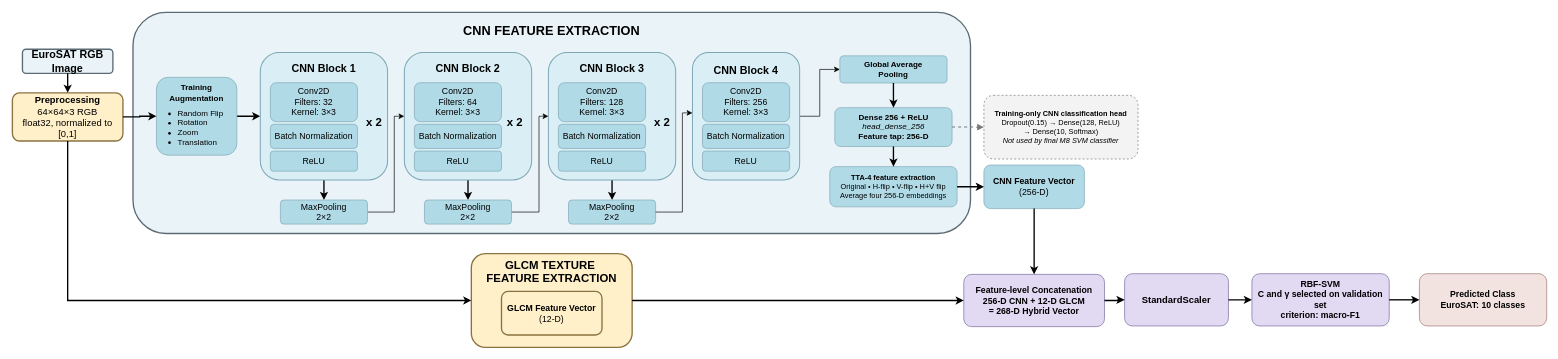
The draw.io diagram m8_archi.drawio in fac010150-cyber/draw_io, before the edit. Source tidied: cells renumbered, new cells numbered last; positions are measured from the earlier drawing's top-left corner, leaving out a move shared by most shapes. Both pictures are drawn from the tidied source at 67%, with x=0, y=0 at pixel (12, 12).
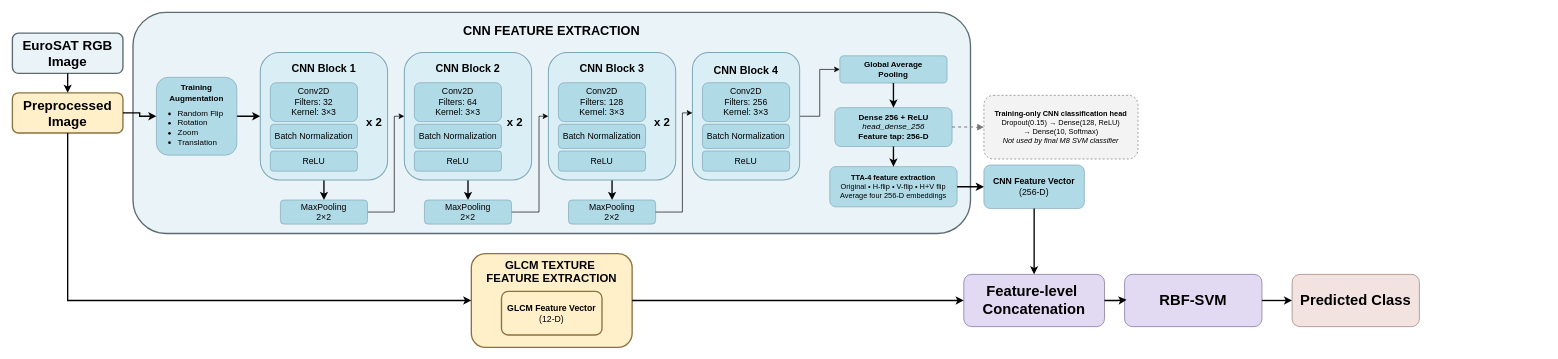
After the change.

Change to the diagram source:
```diff
@@
-    <mxCell id="2" value="&lt;b&gt;EuroSAT RGB Image&lt;/b&gt;" style="rounded=1;whiteSpace=wrap;html=1;fillColor=#EAF4F8;strokeColor=#5B6B73;strokeWidth=2;fontSize=16;" parent="1" vertex="1">
-      <mxGeometry x="15" y="55" width="135" height="36" as="geometry" />
+    <mxCell id="2" value="&lt;span&gt;EuroSAT RGB Image&lt;/span&gt;" style="rounded=1;whiteSpace=wrap;html=1;fillColor=#EAF4F8;strokeColor=#5B6B73;strokeWidth=2;fontSize=20;fontStyle=1;" parent="1" vertex="1">
+      <mxGeometry y="31" width="165" height="60" as="geometry" />
     </mxCell>
-    <mxCell id="3" value="&lt;b&gt;Preprocessing&lt;/b&gt;&lt;br&gt;64×64×3 RGB&lt;br&gt;float32, normalized to [0,1]" style="rounded=1;whiteSpace=wrap;html=1;fillColor=#FFF0C9;strokeColor=#8B7241;strokeWidth=2;fontSize=14;" parent="1" vertex="1">
-      <mxGeometry y="120" width="165" height="72" as="geometry" />
+    <mxCell id="3" value="&lt;div&gt;&lt;font&gt;&lt;span&gt;Preprocessed&lt;/span&gt;&lt;/font&gt;&lt;/div&gt;&lt;div&gt;&lt;font&gt;&lt;span&gt;Image&lt;/span&gt;&lt;/font&gt;&lt;/div&gt;" style="rounded=1;whiteSpace=wrap;html=1;fillColor=#FFF0C9;strokeColor=#8B7241;strokeWidth=2;fontSize=20;fontStyle=1;" parent="1" vertex="1">
+      <mxGeometry y="120" width="165" height="60" as="geometry" />
     </mxCell>
@@
-    <mxCell id="15" value="&lt;b&gt;Feature-level Concatenation&lt;/b&gt;&lt;br&gt;256-D CNN + 12-D GLCM&lt;br&gt;= &lt;b&gt;268-D Hybrid Vector&lt;/b&gt;" style="rounded=1;whiteSpace=wrap;html=1;fillColor=#E2D9F3;strokeColor=#76689A;fontSize=13;fontStyle=1;" parent="1" vertex="1">
+    <mxCell id="15" value="&lt;div&gt;&lt;b&gt;Feature-level&amp;nbsp;&lt;/b&gt;&lt;/div&gt;&lt;div&gt;&lt;b&gt;Concatenation&lt;/b&gt;&lt;/div&gt;" style="rounded=1;whiteSpace=wrap;html=1;fillColor=#E2D9F3;strokeColor=#76689A;fontSize=22;fontStyle=1;" parent="1" vertex="1">
       <mxGeometry x="1420" y="391" width="210" height="78" as="geometry" />
     </mxCell>
-    <mxCell id="16" value="&lt;b&gt;StandardScaler&lt;/b&gt;" style="rounded=1;whiteSpace=wrap;html=1;fillColor=#E2D9F3;strokeColor=#76689A;fontSize=14;fontStyle=1;" parent="1" vertex="1">
-      <mxGeometry x="1660" y="390" width="155" height="78" as="geometry" />
-    </mxCell>
-    <mxCell id="17" value="&lt;b&gt;RBF-SVM&lt;/b&gt;&lt;br&gt;C and γ selected on validation set&lt;br&gt;criterion: macro-F1" style="rounded=1;whiteSpace=wrap;html=1;fillColor=#E2D9F3;strokeColor=#76689A;fontSize=13;fontStyle=1;" parent="1" vertex="1">
-      <mxGeometry x="1850" y="390" width="205" height="78" as="geometry" />
+    <mxCell id="17" value="&lt;b&gt;RBF-SVM&lt;/b&gt;" style="rounded=1;whiteSpace=wrap;html=1;fillColor=#E2D9F3;strokeColor=#76689A;fontSize=22;fontStyle=1;" parent="1" vertex="1">
+      <mxGeometry x="1660" y="391" width="205" height="78" as="geometry" />
     </mxCell>
-    <mxCell id="18" value="&lt;b&gt;Predicted Class&lt;/b&gt;&lt;br&gt;EuroSAT: 10 classes" style="rounded=1;whiteSpace=wrap;html=1;fillColor=#F2E3E0;strokeColor=#9B7770;fontSize=13;fontStyle=1;" parent="1" vertex="1">
-      <mxGeometry x="2100" y="390" width="190" height="78" as="geometry" />
+    <mxCell id="18" value="&lt;b&gt;Predicted Class&lt;/b&gt;" style="rounded=1;whiteSpace=wrap;html=1;fillColor=#F2E3E0;strokeColor=#9B7770;fontSize=22;fontStyle=1;" parent="1" vertex="1">
+      <mxGeometry x="1910" y="391" width="190" height="78" as="geometry" />
     </mxCell>
@@
-    <mxCell id="26" style="edgeStyle=orthogonalEdgeStyle;rounded=0;jettySize=auto;html=1;strokeWidth=2;endArrow=classic;" parent="1" edge="1" source="15" target="16">
-      <mxGeometry relative="1" as="geometry" />
+    <mxCell id="26" style="edgeStyle=orthogonalEdgeStyle;rounded=0;jettySize=auto;html=1;strokeWidth=2;endArrow=classic;" parent="1" edge="1" source="15">
+      <mxGeometry relative="1" as="geometry">
+        <mxPoint x="1663" y="429" as="targetPoint" />
+      </mxGeometry>
     </mxCell>
-    <mxCell id="27" style="edgeStyle=orthogonalEdgeStyle;rounded=0;jettySize=auto;html=1;strokeWidth=2;endArrow=classic;" parent="1" edge="1" source="16" target="17">
-      <mxGeometry relative="1" as="geometry" />
-    </mxCell>
```
